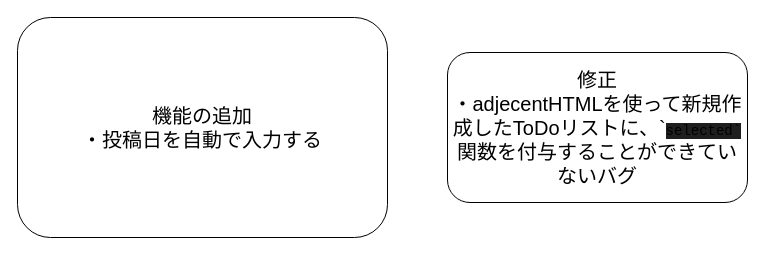
The draw.io diagram 04.todolist/drawio/progress.drawio in himaorg/himatsubushi.org-STOP-, before the edit. Source tidied: cells renumbered, new cells numbered last; positions are measured from the earlier drawing's top-left corner, leaving out a move shared by most shapes. Both pictures are drawn from the tidied source at 100%, with x=0, y=0 at pixel (17, 17).
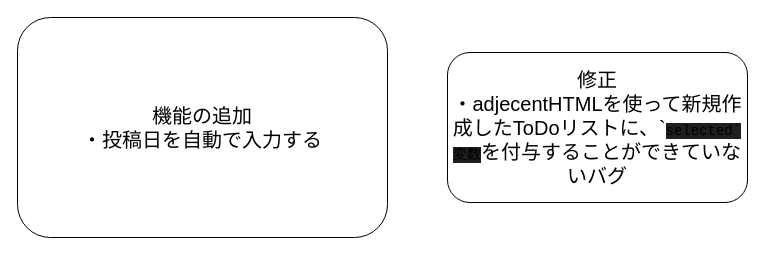
Above is the later version.

Change to the diagram source:
```diff
@@
 <mxGraphModel>
   <root>
     <mxCell id="0" />
     <mxCell id="1" parent="0" />
     <mxCell id="2" value="機能の追加&lt;br&gt;・投稿日を自動で入力する&lt;br&gt;" style="rounded=1;whiteSpace=wrap;html=1;fontSize=20;" parent="1" vertex="1">
       <mxGeometry width="370" height="220" as="geometry" />
     </mxCell>
-    <mxCell id="3" value="修正&lt;br&gt;・adjecentHTMLを使って新規作成したToDoリストに、`&lt;span style=&quot;background-color: rgb(31, 31, 31); font-family: Consolas, &amp;quot;Courier New&amp;quot;, monospace; font-size: 14px;&quot;&gt;selected`&lt;/span&gt;&lt;span style=&quot;background-color: initial;&quot;&gt;関数を付与することができていないバグ&lt;/span&gt;" style="rounded=1;whiteSpace=wrap;html=1;fontSize=20;" parent="1" vertex="1">
+    <mxCell id="3" value="修正&lt;br&gt;・adjecentHTMLを使って新規作成したToDoリストに、`&lt;span style=&quot;background-color: rgb(31, 31, 31); font-family: Consolas, &amp;quot;Courier New&amp;quot;, monospace; font-size: 14px;&quot;&gt;selected`変数&lt;/span&gt;&lt;span style=&quot;background-color: initial;&quot;&gt;を付与することができていないバグ&lt;/span&gt;" style="rounded=1;whiteSpace=wrap;html=1;fontSize=20;" parent="1" vertex="1">
       <mxGeometry x="430" y="35" width="300" height="150" as="geometry" />
     </mxCell>
   </root>
 </mxGraphModel>
```
